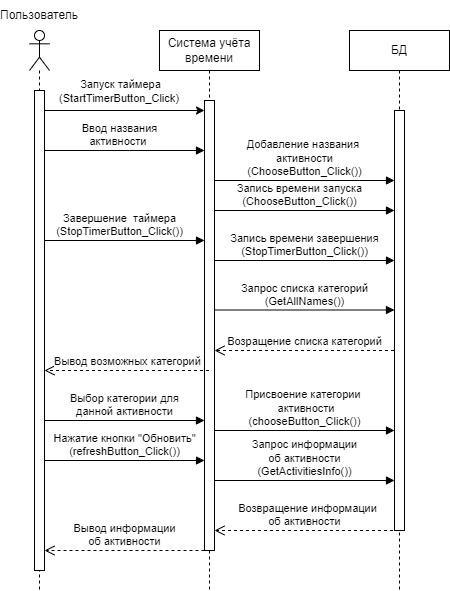
The draw.io diagram Диаграмма последовательности.png in MgrDim/Time-tracking-app-project, before a commit. Source tidied: cells renumbered, new cells last; positions are measured from the earlier drawing's top-left corner, leaving out a move shared by most shapes.
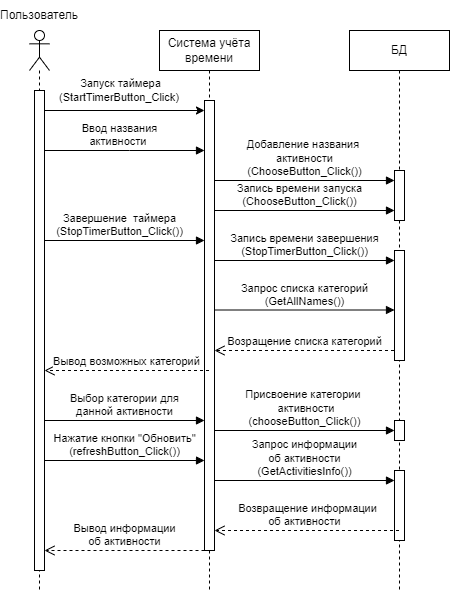
After the change.

What changed in the source:
```diff
@@ -18,8 +18,17 @@
       <mxGeometry x="340" y="30" width="100" height="560" as="geometry" />
     </mxCell>
     <mxCell id="7" style="html=1;points=[[0,0,0,0,5],[0,1,0,0,-5],[1,0,0,0,5],[1,1,0,0,-5]];perimeter=orthogonalPerimeter;outlineConnect=0;targetShapes=umlLifeline;portConstraint=eastwest;newEdgeStyle={&quot;curved&quot;:0,&quot;rounded&quot;:0};" parent="6" vertex="1">
-      <mxGeometry x="45" y="80" width="10" height="420" as="geometry" />
+      <mxGeometry x="45" y="140" width="10" height="50" as="geometry" />
     </mxCell>
+    <mxCell id="25" style="html=1;perimeter=orthogonalPerimeter;targetShapes=umlLifeline;newEdgeStyle={&quot;curved&quot;:0,&quot;rounded&quot;:0};" parent="6" vertex="1">
+      <mxGeometry x="45" y="220" width="10" height="110" as="geometry" />
+    </mxCell>
+    <mxCell id="26" style="html=1;perimeter=orthogonalPerimeter;targetShapes=umlLifeline;newEdgeStyle={&quot;curved&quot;:0,&quot;rounded&quot;:0};" parent="6" vertex="1">
+      <mxGeometry x="45" y="390" width="10" height="20" as="geometry" />
+    </mxCell>
+    <mxCell id="27" style="html=1;perimeter=orthogonalPerimeter;targetShapes=umlLifeline;newEdgeStyle={&quot;curved&quot;:0,&quot;rounded&quot;:0};" parent="6" vertex="1">
+      <mxGeometry x="45" y="440" width="10" height="70" as="geometry" />
+    </mxCell>
     <mxCell id="8" value="Пользователь" style="text;html=1;strokeColor=none;fillColor=none;align=center;verticalAlign=middle;whiteSpace=wrap;rounded=0;" parent="1" vertex="1">
       <mxGeometry width="60" height="30" as="geometry" />
     </mxCell>
```
